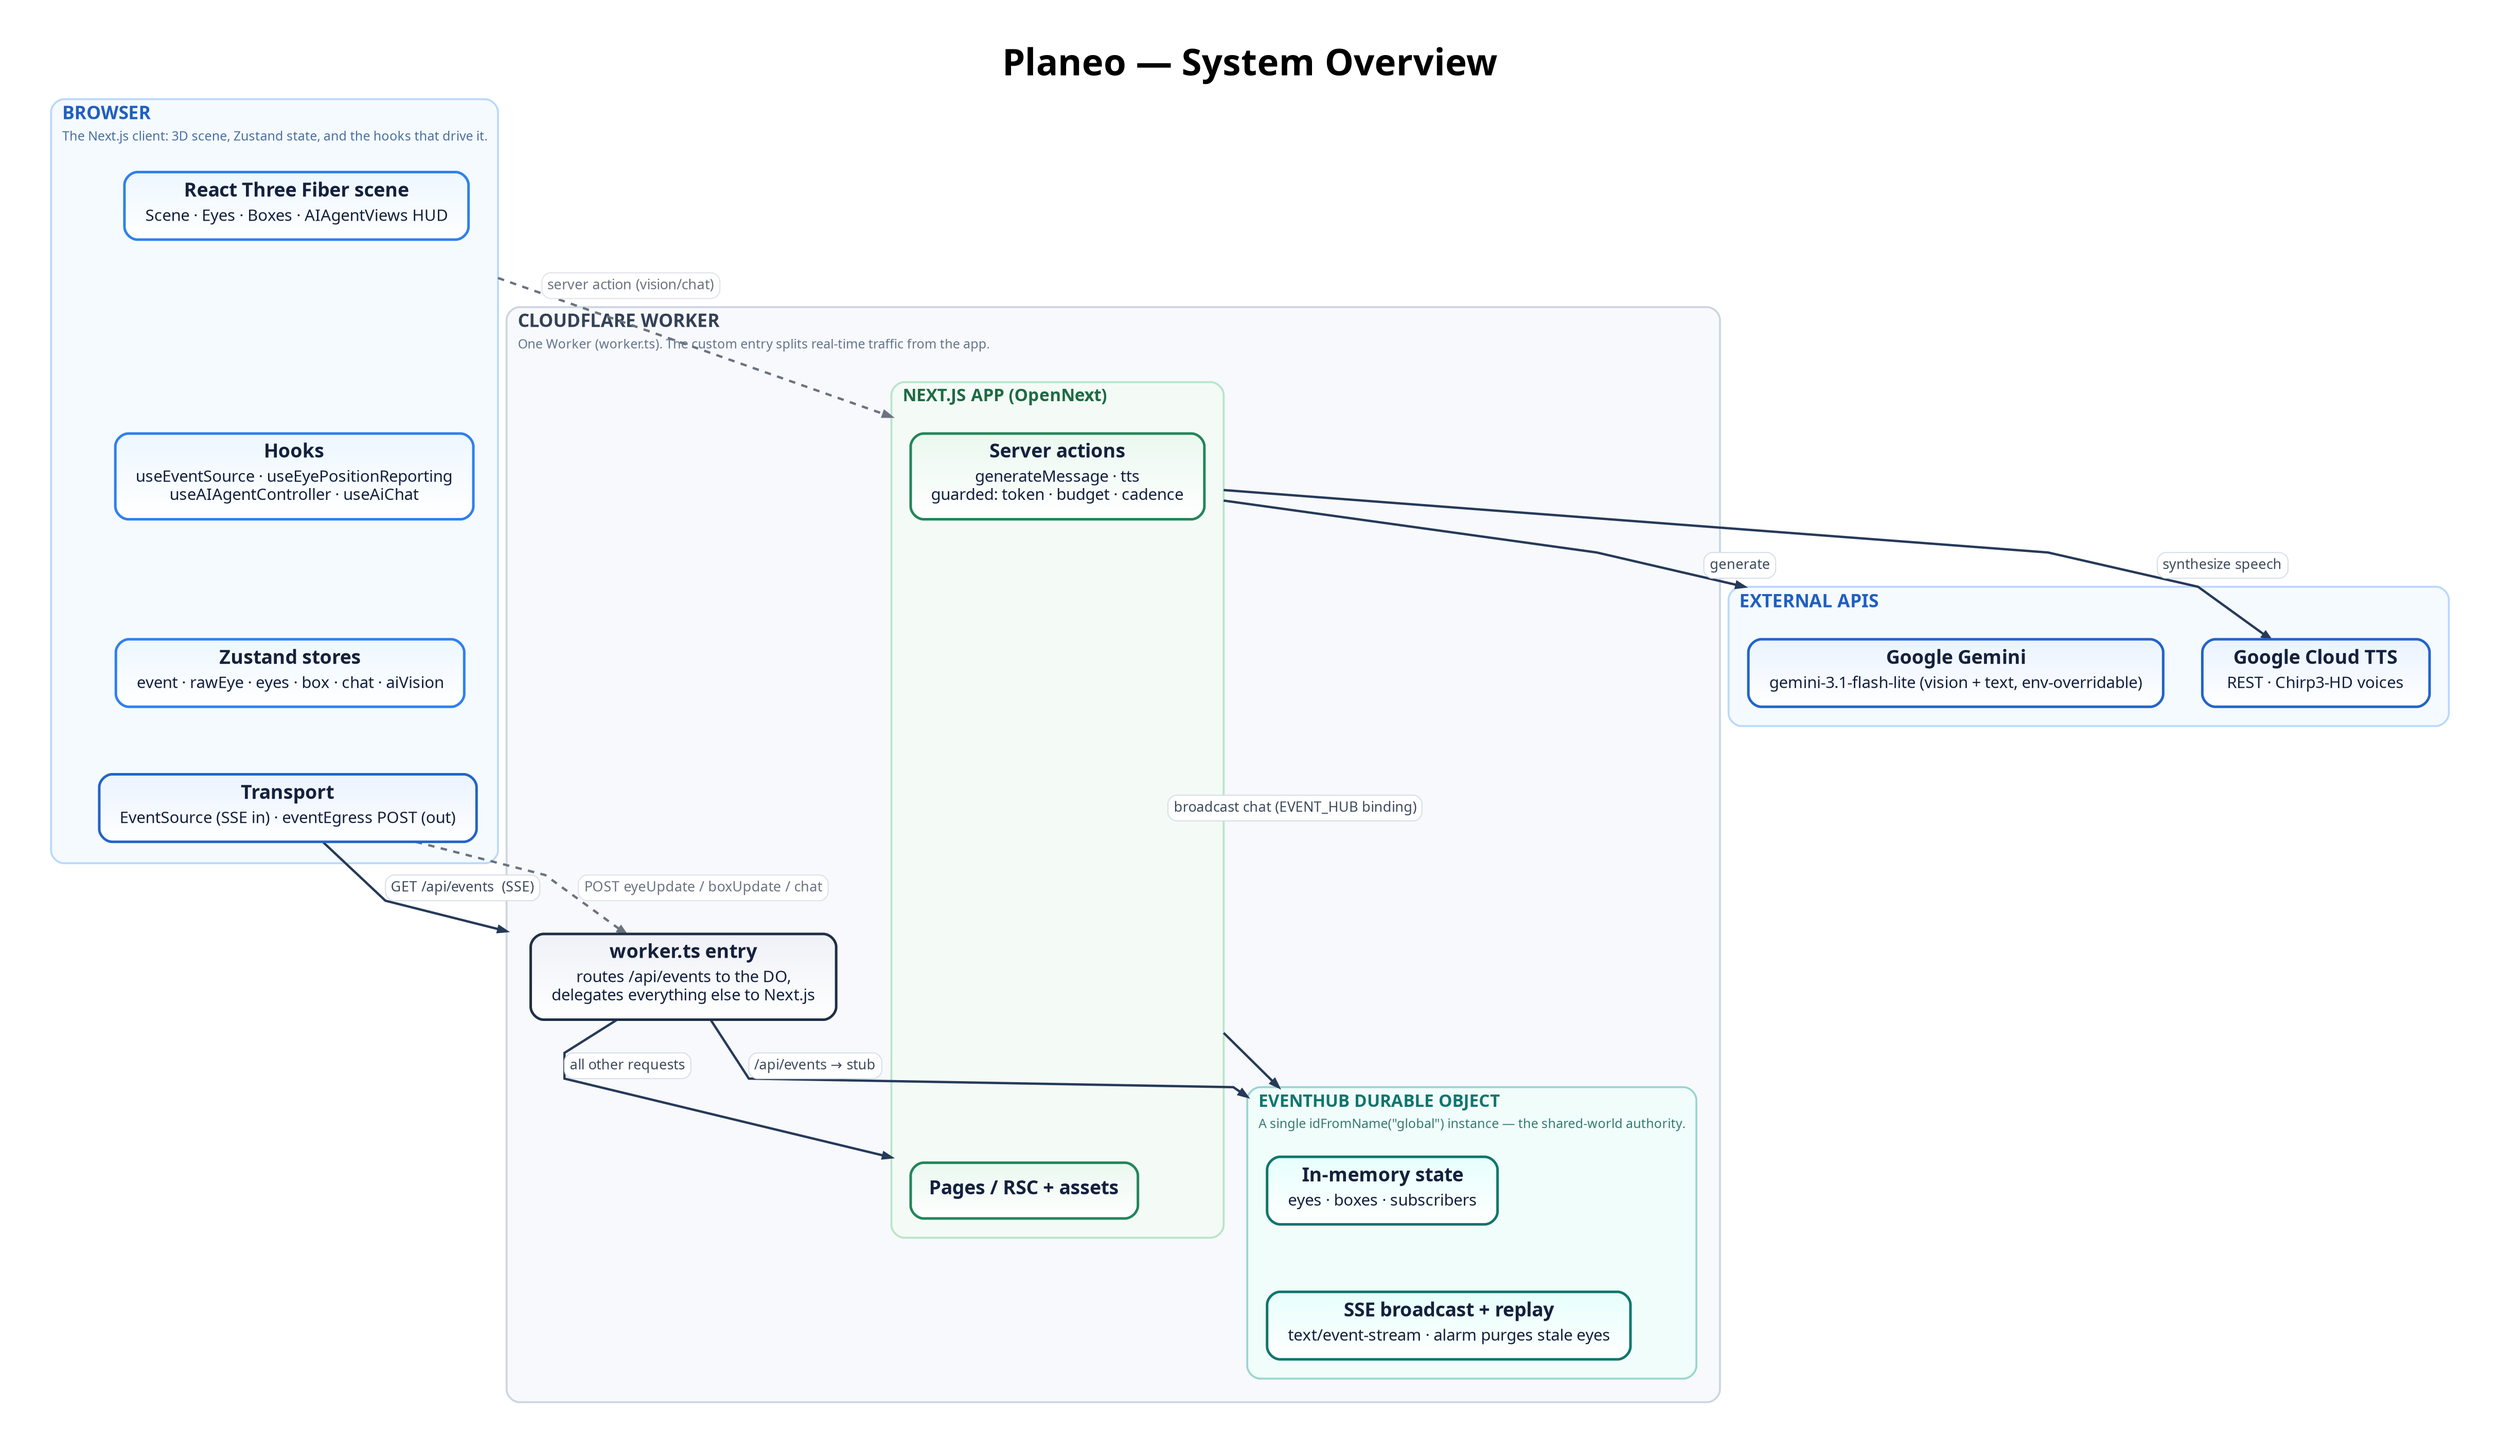
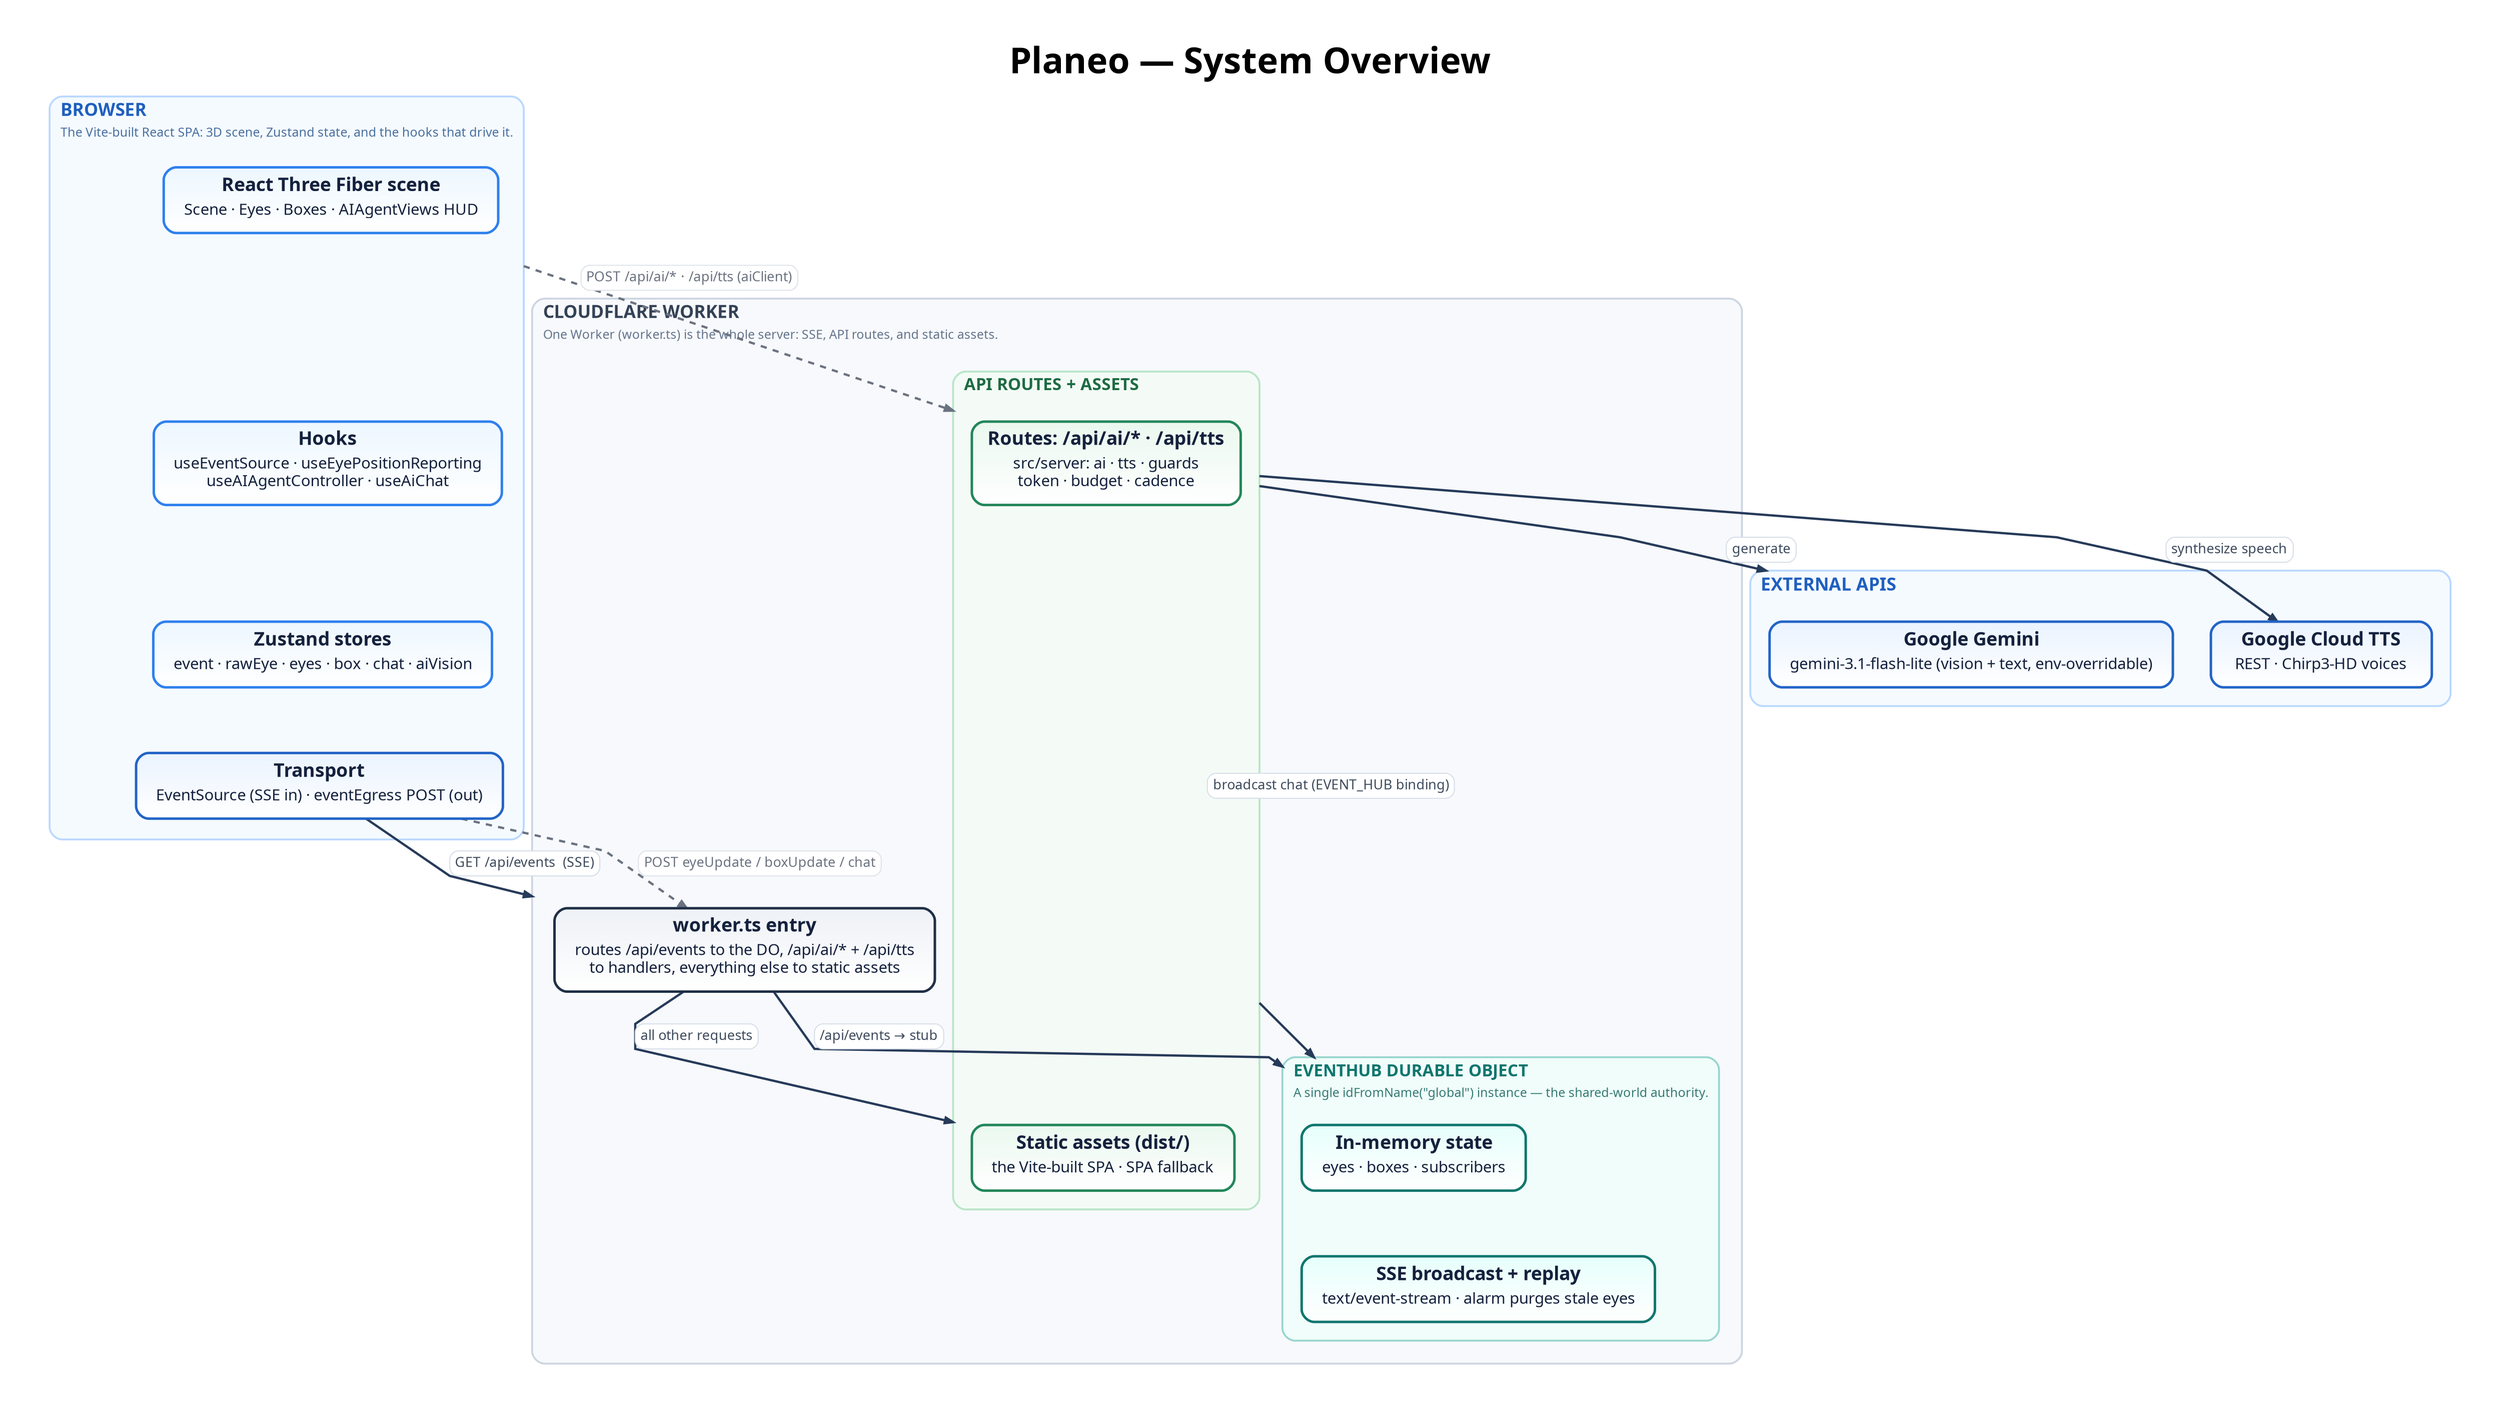
digraph PlaneoSystemOverview {
  graph [
    rankdir=TB,
    bgcolor="#ffffff",
    pad="0.55",
    nodesep="0.50",
    ranksep="0.85",
    splines=polyline,
    outputorder=edgesfirst,
    compound=true,
    newrank=true,
    forcelabels=true,
    fontname="Avenir",
    label=<
      <TABLE BORDER="0" CELLBORDER="0" CELLSPACING="0" CELLPADDING="0">
        <TR><TD><FONT POINT-SIZE="34"><B>Planeo — System Overview</B></FONT></TD></TR>
      </TABLE>
    >,
    labelloc=t,
    labeljust=c
  ];

  node [
    shape=box,
    style="rounded,filled",
    margin="0.21,0.13",
    width=2.95,
    height=0.72,
    fixedsize=false,
    fontname="Avenir",
    fontsize=18,
    penwidth=2.4,
    fontcolor="#14213d",
    color="#2264c7",
    fillcolor="#eaf3ff:#ffffff",
    gradientangle=270
  ];

  edge [
    color="#263a59",
    fontname="Avenir",
    fontsize=13,
    fontcolor="#3d4a5c",
    penwidth=2.2,
    arrowsize=0.78
  ];

  subgraph cluster_browser {
    graph [
      label=<
        <TABLE BORDER="0" CELLBORDER="0" CELLSPACING="0" CELLPADDING="2">
          <TR><TD ALIGN="LEFT"><FONT POINT-SIZE="17" COLOR="#1f5fbf"><B>BROWSER</B></FONT></TD></TR>
-           <TR><TD ALIGN="LEFT"><FONT POINT-SIZE="12" COLOR="#496f9f">The Next.js client: 3D scene, Zustand state, and the hooks that drive it.</FONT></TD></TR>
+           <TR><TD ALIGN="LEFT"><FONT POINT-SIZE="12" COLOR="#496f9f">The Vite-built React SPA: 3D scene, Zustand state, and the hooks that drive it.</FONT></TD></TR>
        </TABLE>
      >,
      labelloc=t, labeljust=l,
      color="#b9d8ff", fillcolor="#f5faff", style="rounded,filled", penwidth=1.8, margin=20
    ];
    scene [label=<<TABLE BORDER="0" CELLBORDER="0" CELLSPACING="0" CELLPADDING="0"><TR><TD><B>React Three Fiber scene</B></TD></TR><TR><TD CELLPADDING="4"><FONT POINT-SIZE="15">Scene · Eyes · Boxes · AIAgentViews HUD</FONT></TD></TR></TABLE>>, color="#2f80ed", fillcolor="#edf7ff:#ffffff"];
    hooks [label=<<TABLE BORDER="0" CELLBORDER="0" CELLSPACING="0" CELLPADDING="0"><TR><TD><B>Hooks</B></TD></TR><TR><TD CELLPADDING="4"><FONT POINT-SIZE="15">useEventSource · useEyePositionReporting<BR/>useAIAgentController · useAiChat</FONT></TD></TR></TABLE>>, color="#2f80ed", fillcolor="#edf7ff:#ffffff"];
    stores [label=<<TABLE BORDER="0" CELLBORDER="0" CELLSPACING="0" CELLPADDING="0"><TR><TD><B>Zustand stores</B></TD></TR><TR><TD CELLPADDING="4"><FONT POINT-SIZE="15">event · rawEye · eyes · box · chat · aiVision</FONT></TD></TR></TABLE>>, color="#2f80ed", fillcolor="#edf7ff:#ffffff"];
    transport [label=<<TABLE BORDER="0" CELLBORDER="0" CELLSPACING="0" CELLPADDING="0"><TR><TD><B>Transport</B></TD></TR><TR><TD CELLPADDING="4"><FONT POINT-SIZE="15">EventSource (SSE in) · eventEgress POST (out)</FONT></TD></TR></TABLE>>];
    scene -> hooks [style=invis];
    hooks -> stores [style=invis];
    stores -> transport [style=invis];
  }

  subgraph cluster_worker {
    graph [
      label=<
        <TABLE BORDER="0" CELLBORDER="0" CELLSPACING="0" CELLPADDING="2">
          <TR><TD ALIGN="LEFT"><FONT POINT-SIZE="17" COLOR="#334155"><B>CLOUDFLARE WORKER</B></FONT></TD></TR>
-           <TR><TD ALIGN="LEFT"><FONT POINT-SIZE="12" COLOR="#64748b">One Worker (worker.ts). The custom entry splits real-time traffic from the app.</FONT></TD></TR>
+           <TR><TD ALIGN="LEFT"><FONT POINT-SIZE="12" COLOR="#64748b">One Worker (worker.ts) is the whole server: SSE, API routes, and static assets.</FONT></TD></TR>
        </TABLE>
      >,
      labelloc=t, labeljust=l,
      color="#cdd5e0", fillcolor="#f7f9fc", style="rounded,filled", penwidth=1.8, margin=22
    ];

-     entry [label=<<TABLE BORDER="0" CELLBORDER="0" CELLSPACING="0" CELLPADDING="0"><TR><TD><B>worker.ts entry</B></TD></TR><TR><TD CELLPADDING="4"><FONT POINT-SIZE="15">routes /api/events to the DO,<BR/>delegates everything else to Next.js</FONT></TD></TR></TABLE>>, color="#1f2f46", fillcolor="#eef1f6:#ffffff"];
+     entry [label=<<TABLE BORDER="0" CELLBORDER="0" CELLSPACING="0" CELLPADDING="0"><TR><TD><B>worker.ts entry</B></TD></TR><TR><TD CELLPADDING="4"><FONT POINT-SIZE="15">routes /api/events to the DO, /api/ai/* + /api/tts<BR/>to handlers, everything else to static assets</FONT></TD></TR></TABLE>>, color="#1f2f46", fillcolor="#eef1f6:#ffffff"];

    subgraph cluster_next {
      graph [
        label=<
          <TABLE BORDER="0" CELLBORDER="0" CELLSPACING="0" CELLPADDING="2">
-             <TR><TD ALIGN="LEFT"><FONT POINT-SIZE="16" COLOR="#1e6b43"><B>NEXT.JS APP (OpenNext)</B></FONT></TD></TR>
+             <TR><TD ALIGN="LEFT"><FONT POINT-SIZE="16" COLOR="#1e6b43"><B>API ROUTES + ASSETS</B></FONT></TD></TR>
          </TABLE>
        >,
        labelloc=t, labeljust=l,
        color="#b8e5c8", fillcolor="#f4fbf6", style="rounded,filled", penwidth=1.8, margin=18
      ];
-       pages [label=<<B>Pages / RSC + assets</B>>, color="#22865a", fillcolor="#eaf8ef:#ffffff"];
-       actions [label=<<TABLE BORDER="0" CELLBORDER="0" CELLSPACING="0" CELLPADDING="0"><TR><TD><B>Server actions</B></TD></TR><TR><TD CELLPADDING="4"><FONT POINT-SIZE="15">generateMessage · tts<BR/>guarded: token · budget · cadence</FONT></TD></TR></TABLE>>, color="#22865a", fillcolor="#eaf8ef:#ffffff"];
+       pages [label=<<TABLE BORDER="0" CELLBORDER="0" CELLSPACING="0" CELLPADDING="0"><TR><TD><B>Static assets (dist/)</B></TD></TR><TR><TD CELLPADDING="4"><FONT POINT-SIZE="15">the Vite-built SPA · SPA fallback</FONT></TD></TR></TABLE>>, color="#22865a", fillcolor="#eaf8ef:#ffffff"];
+       actions [label=<<TABLE BORDER="0" CELLBORDER="0" CELLSPACING="0" CELLPADDING="0"><TR><TD><B>Routes: /api/ai/* · /api/tts</B></TD></TR><TR><TD CELLPADDING="4"><FONT POINT-SIZE="15">src/server: ai · tts · guards<BR/>token · budget · cadence</FONT></TD></TR></TABLE>>, color="#22865a", fillcolor="#eaf8ef:#ffffff"];
    }

    subgraph cluster_do {
      graph [
        label=<
          <TABLE BORDER="0" CELLBORDER="0" CELLSPACING="0" CELLPADDING="2">
            <TR><TD ALIGN="LEFT"><FONT POINT-SIZE="16" COLOR="#0f766e"><B>EVENTHUB DURABLE OBJECT</B></FONT></TD></TR>
            <TR><TD ALIGN="LEFT"><FONT POINT-SIZE="12" COLOR="#357a74">A single idFromName("global") instance — the shared-world authority.</FONT></TD></TR>
          </TABLE>
        >,
        labelloc=t, labeljust=l,
        color="#99d5cf", fillcolor="#f0fdfa", style="rounded,filled", penwidth=1.8, margin=18
      ];
      do_state [label=<<TABLE BORDER="0" CELLBORDER="0" CELLSPACING="0" CELLPADDING="0"><TR><TD><B>In-memory state</B></TD></TR><TR><TD CELLPADDING="4"><FONT POINT-SIZE="15">eyes · boxes · subscribers</FONT></TD></TR></TABLE>>, color="#0f766e", fillcolor="#e6fffb:#ffffff"];
      do_sse [label=<<TABLE BORDER="0" CELLBORDER="0" CELLSPACING="0" CELLPADDING="0"><TR><TD><B>SSE broadcast + replay</B></TD></TR><TR><TD CELLPADDING="4"><FONT POINT-SIZE="15">text/event-stream · alarm purges stale eyes</FONT></TD></TR></TABLE>>, color="#0f766e", fillcolor="#e6fffb:#ffffff"];
      do_state -> do_sse [style=invis];
    }
  }

  subgraph cluster_external {
    graph [
      label=<
        <TABLE BORDER="0" CELLBORDER="0" CELLSPACING="0" CELLPADDING="2">
          <TR><TD ALIGN="LEFT"><FONT POINT-SIZE="17" COLOR="#1f5fbf"><B>EXTERNAL APIS</B></FONT></TD></TR>
        </TABLE>
      >,
      labelloc=t, labeljust=l,
      color="#b9d8ff", fillcolor="#f5faff", style="rounded,filled", penwidth=1.8, margin=18
    ];
    gemini [label=<<TABLE BORDER="0" CELLBORDER="0" CELLSPACING="0" CELLPADDING="0"><TR><TD><B>Google Gemini</B></TD></TR><TR><TD CELLPADDING="4"><FONT POINT-SIZE="15">gemini-3.1-flash-lite (vision + text, env-overridable)</FONT></TD></TR></TABLE>>];
    gtts [label=<<TABLE BORDER="0" CELLBORDER="0" CELLSPACING="0" CELLPADDING="0"><TR><TD><B>Google Cloud TTS</B></TD></TR><TR><TD CELLPADDING="4"><FONT POINT-SIZE="15">REST · Chirp3-HD voices</FONT></TD></TR></TABLE>>];
  }

  transport -> entry [label=<<TABLE BORDER="1" CELLBORDER="0" STYLE="ROUNDED" COLOR="#d7dee8" BGCOLOR="#ffffff" CELLSPACING="0" CELLPADDING="4"><TR><TD><FONT POINT-SIZE="13" COLOR="#3d4a5c">GET /api/events  (SSE)</FONT></TD></TR></TABLE>>, lhead=cluster_worker];
  transport -> entry [label=<<TABLE BORDER="1" CELLBORDER="0" STYLE="ROUNDED" COLOR="#dfe3e9" BGCOLOR="#ffffff" CELLSPACING="0" CELLPADDING="4"><TR><TD><FONT POINT-SIZE="13" COLOR="#6b7280">POST eyeUpdate / boxUpdate / chat</FONT></TD></TR></TABLE>>, style=dashed, color="#6b7280", fontcolor="#6b7280"];
  entry -> do_state [label=<<TABLE BORDER="1" CELLBORDER="0" STYLE="ROUNDED" COLOR="#d7dee8" BGCOLOR="#ffffff" CELLSPACING="0" CELLPADDING="4"><TR><TD><FONT POINT-SIZE="13" COLOR="#3d4a5c">/api/events → stub</FONT></TD></TR></TABLE>>, lhead=cluster_do];
  entry -> pages [label=<<TABLE BORDER="1" CELLBORDER="0" STYLE="ROUNDED" COLOR="#d7dee8" BGCOLOR="#ffffff" CELLSPACING="0" CELLPADDING="4"><TR><TD><FONT POINT-SIZE="13" COLOR="#3d4a5c">all other requests</FONT></TD></TR></TABLE>>, lhead=cluster_next];
-   scene -> actions [label=<<TABLE BORDER="1" CELLBORDER="0" STYLE="ROUNDED" COLOR="#dfe3e9" BGCOLOR="#ffffff" CELLSPACING="0" CELLPADDING="4"><TR><TD><FONT POINT-SIZE="13" COLOR="#6b7280">server action (vision/chat)</FONT></TD></TR></TABLE>>, ltail=cluster_browser, lhead=cluster_next, style=dashed, color="#6b7280", fontcolor="#6b7280"];
+   scene -> actions [label=<<TABLE BORDER="1" CELLBORDER="0" STYLE="ROUNDED" COLOR="#dfe3e9" BGCOLOR="#ffffff" CELLSPACING="0" CELLPADDING="4"><TR><TD><FONT POINT-SIZE="13" COLOR="#6b7280">POST /api/ai/* · /api/tts (aiClient)</FONT></TD></TR></TABLE>>, ltail=cluster_browser, lhead=cluster_next, style=dashed, color="#6b7280", fontcolor="#6b7280"];
  actions -> gemini [label=<<TABLE BORDER="1" CELLBORDER="0" STYLE="ROUNDED" COLOR="#d7dee8" BGCOLOR="#ffffff" CELLSPACING="0" CELLPADDING="4"><TR><TD><FONT POINT-SIZE="13" COLOR="#3d4a5c">generate</FONT></TD></TR></TABLE>>, ltail=cluster_next, lhead=cluster_external];
  actions -> do_state [label=<<TABLE BORDER="1" CELLBORDER="0" STYLE="ROUNDED" COLOR="#d7dee8" BGCOLOR="#ffffff" CELLSPACING="0" CELLPADDING="4"><TR><TD><FONT POINT-SIZE="13" COLOR="#3d4a5c">broadcast chat (EVENT_HUB binding)</FONT></TD></TR></TABLE>>, ltail=cluster_next, lhead=cluster_do];
  actions -> gtts [label=<<TABLE BORDER="1" CELLBORDER="0" STYLE="ROUNDED" COLOR="#d7dee8" BGCOLOR="#ffffff" CELLSPACING="0" CELLPADDING="4"><TR><TD><FONT POINT-SIZE="13" COLOR="#3d4a5c">synthesize speech</FONT></TD></TR></TABLE>>, ltail=cluster_next];
}
